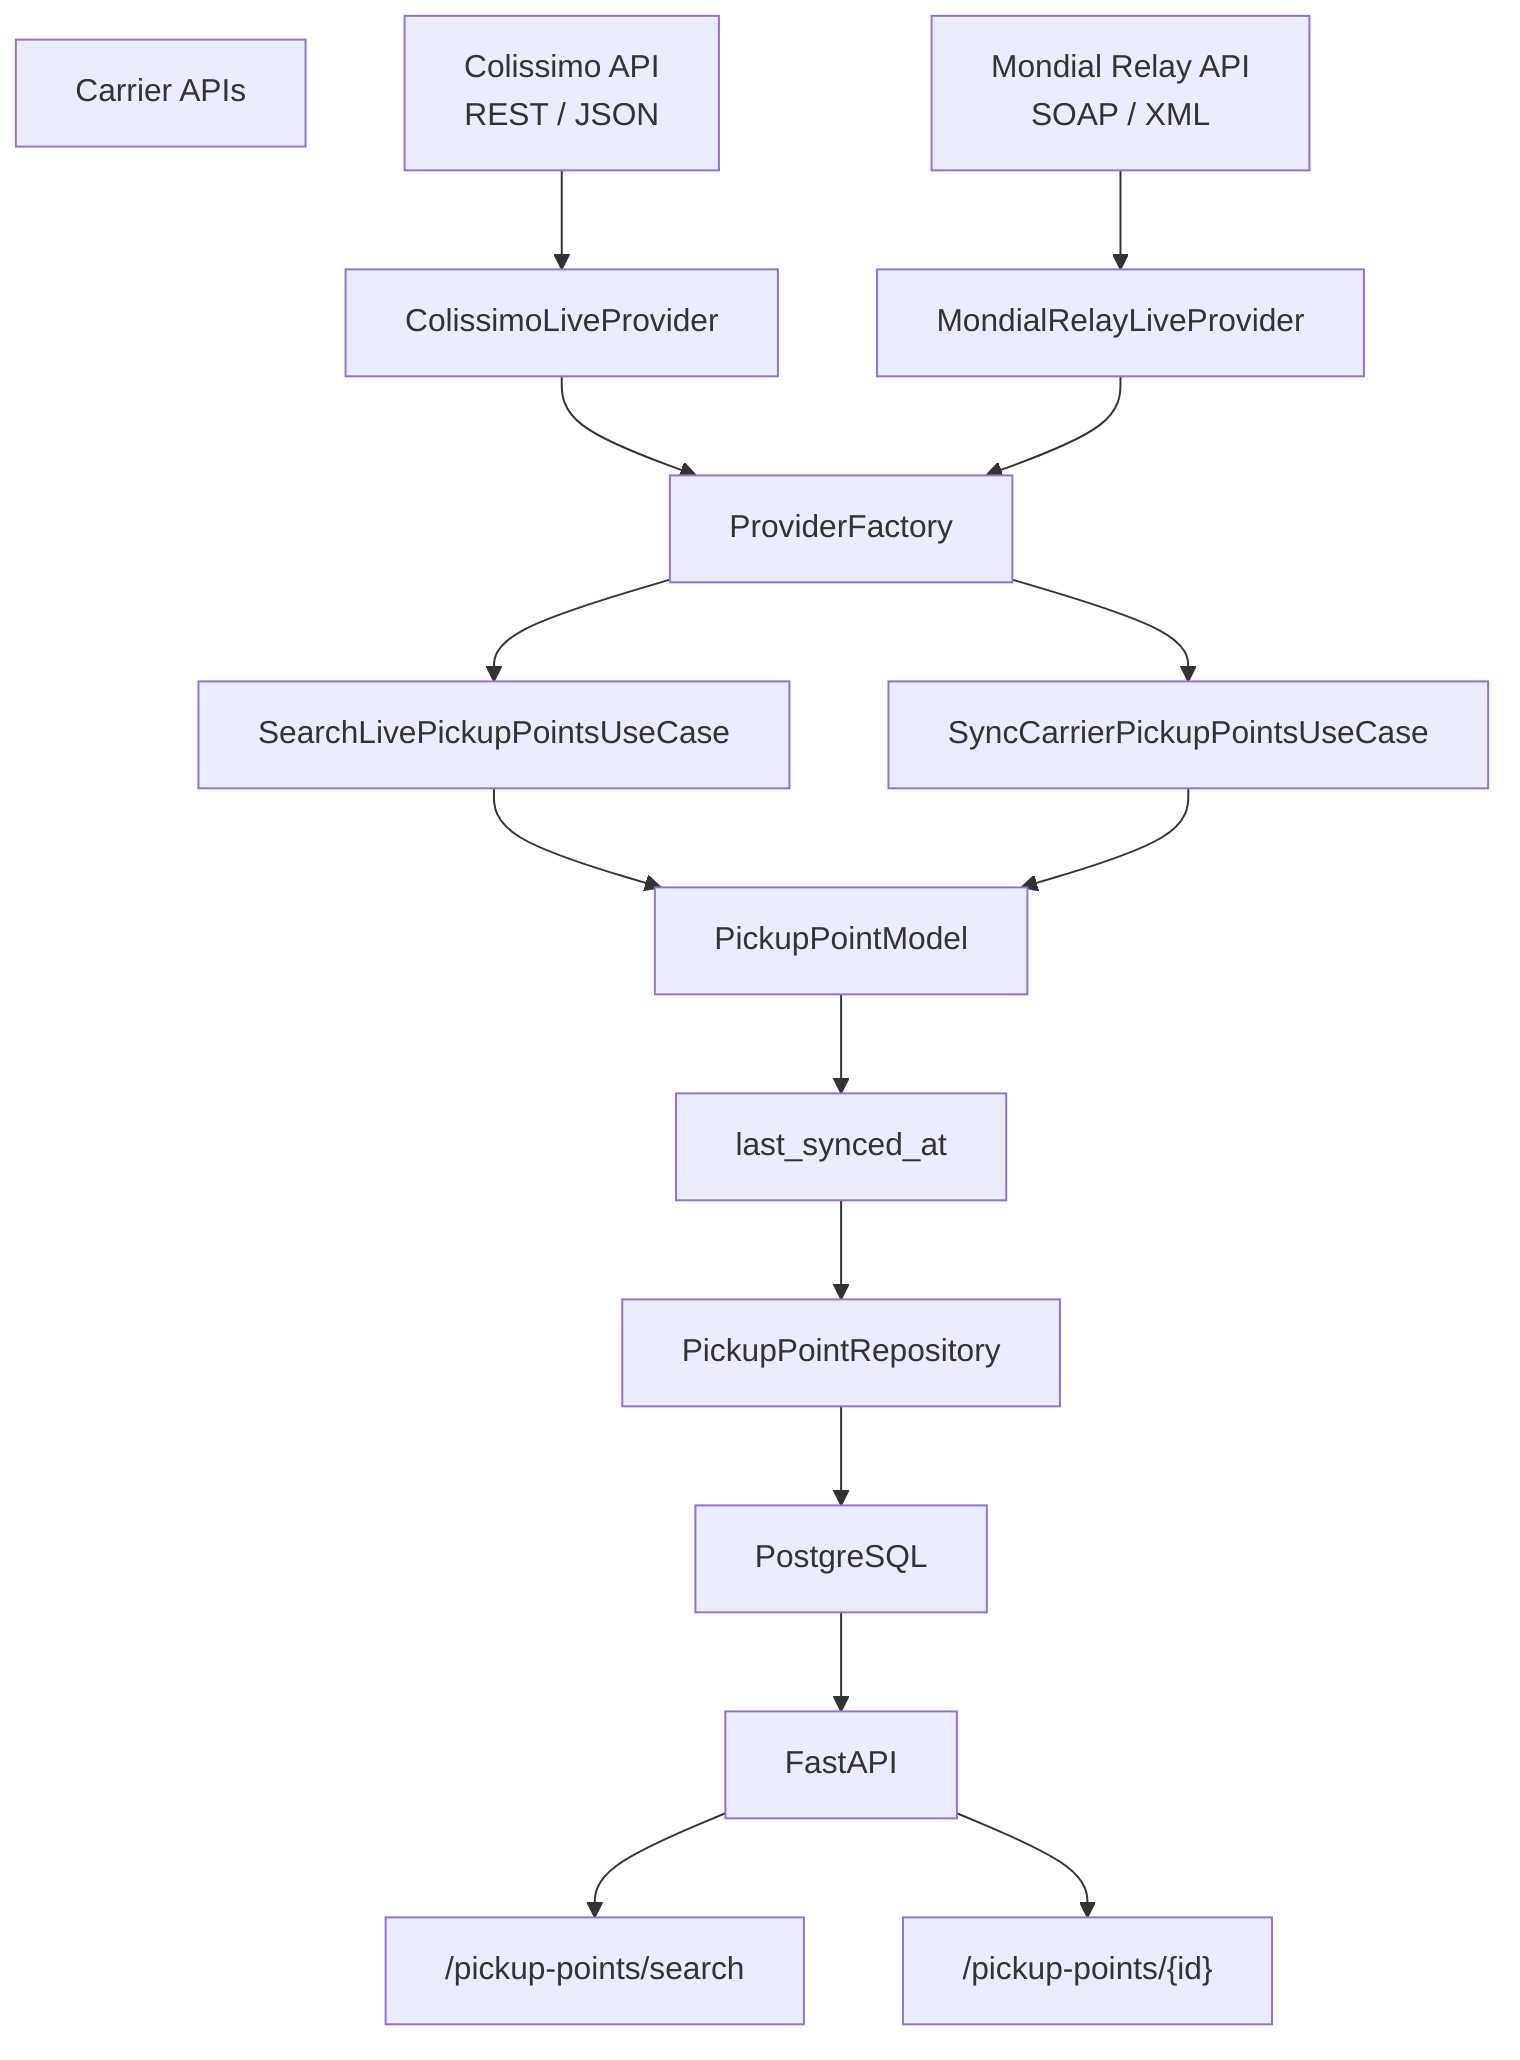
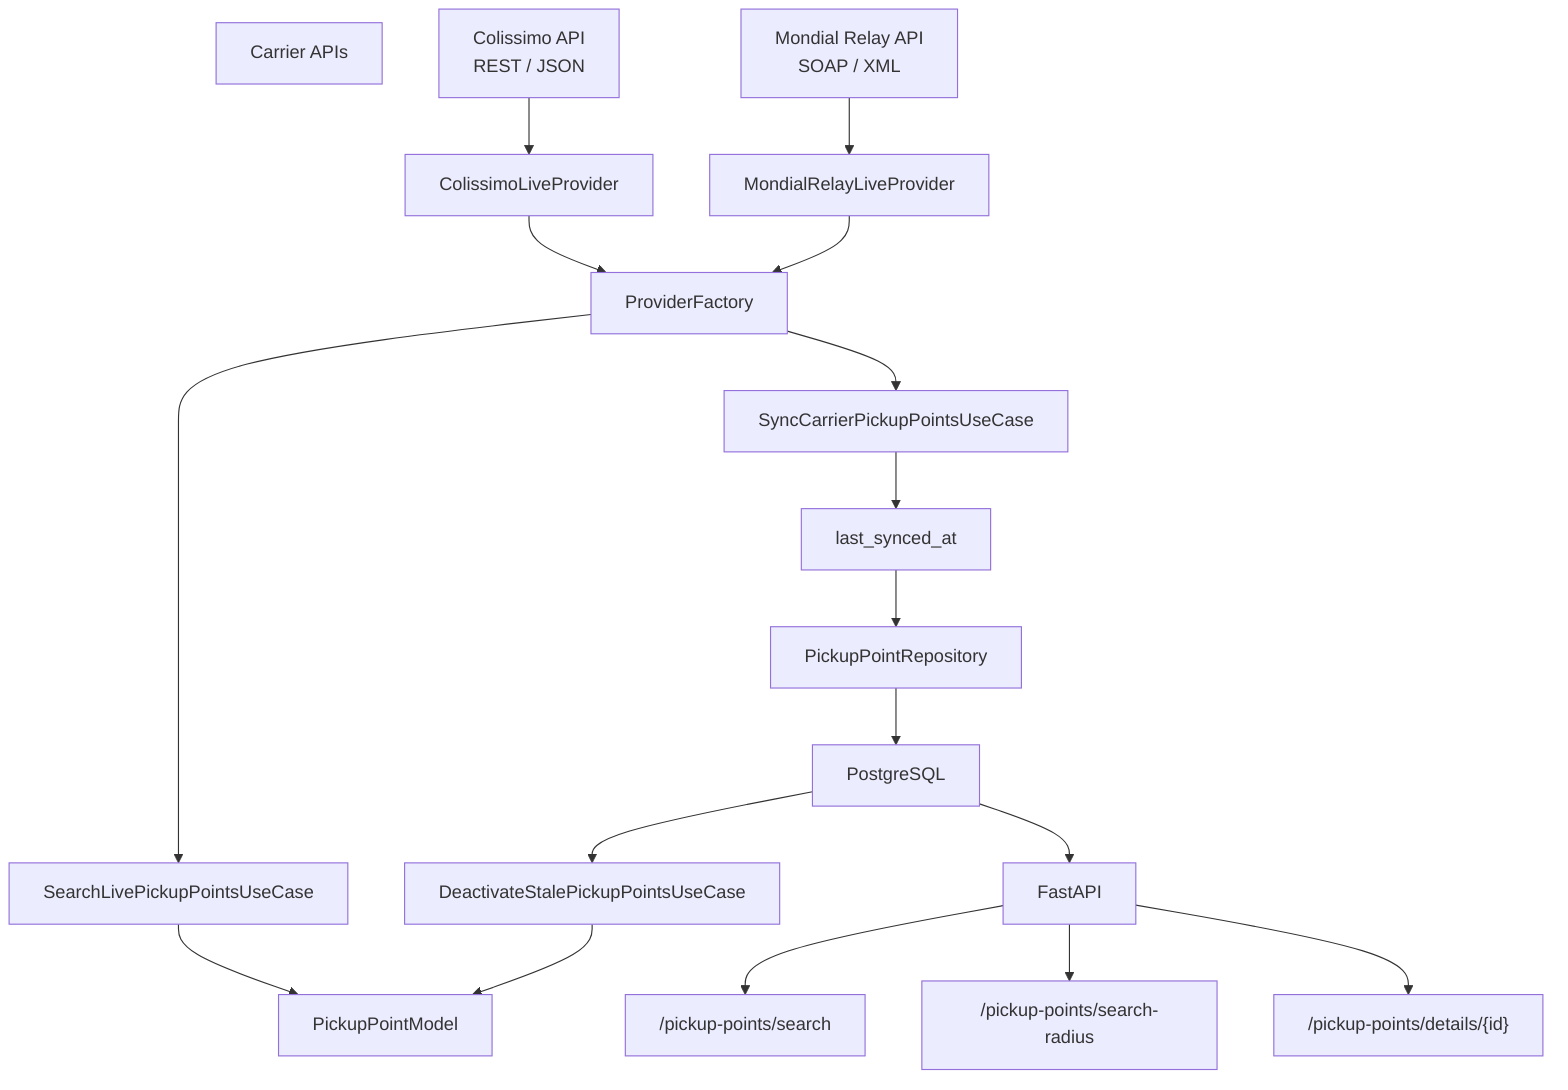
flowchart TD

    CarrierAPI["Carrier APIs"]

    Colissimo["Colissimo API<br/>REST / JSON"]

    MondialRelay["Mondial Relay API<br/>SOAP / XML"]

    ProviderFactory["ProviderFactory"]

    ColissimoProvider["ColissimoLiveProvider"]

    MondialRelayProvider["MondialRelayLiveProvider"]

    SearchLiveUseCase["SearchLivePickupPointsUseCase"]

    SyncUseCase["SyncCarrierPickupPointsUseCase"]

+     StaleUseCase["DeactivateStalePickupPointsUseCase"]
+ 
    PickupPointModel["PickupPointModel"]

    Freshness["last_synced_at"]

    Repository["PickupPointRepository"]

    PostgreSQL["PostgreSQL"]

    API["FastAPI"]

    SearchEndpoint["/pickup-points/search"]

-     GetEndpoint["/pickup-points/{id}"]
+     SearchRadiusEndpoint["/pickup-points/search-radius"]
+ 
+     DetailsEndpoint["/pickup-points/details/{id}"]

    Colissimo --> ColissimoProvider

    MondialRelay --> MondialRelayProvider

    ColissimoProvider --> ProviderFactory

    MondialRelayProvider --> ProviderFactory

    ProviderFactory --> SearchLiveUseCase

    ProviderFactory --> SyncUseCase

    SearchLiveUseCase --> PickupPointModel

-     SyncUseCase --> PickupPointModel
- 
-     PickupPointModel --> Freshness
+     SyncUseCase --> Freshness

    Freshness --> Repository

    Repository --> PostgreSQL

+     PostgreSQL --> StaleUseCase
+ 
+     StaleUseCase --> PickupPointModel
+ 
    PostgreSQL --> API

    API --> SearchEndpoint

-     API --> GetEndpoint+     API --> SearchRadiusEndpoint
+ 
+     API --> DetailsEndpoint